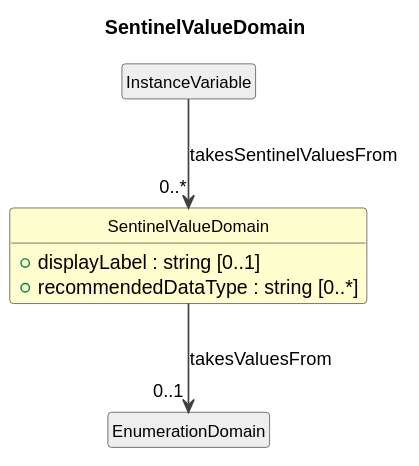
Cross-Domain-Interoperability-Framework/metadataBuildingBlocks keeps this PlantUML diagram as cdif-uml-model/CDIFDataDescription/Classes/SentinelValueDomain.svg. Above is the earlier version.
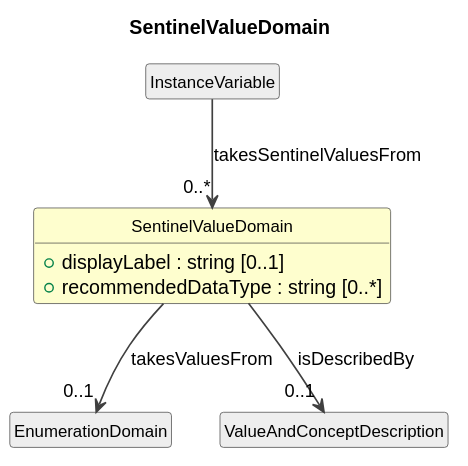
After the change.

What changed in the source:
```diff
@@ -18,4 +18,6 @@
 InstanceVariable --> "0..*" SentinelValueDomain : takesSentinelValuesFrom
 class "EnumerationDomain" as EnumerationDomain #EEEEEE
 SentinelValueDomain --> "0..1" EnumerationDomain : takesValuesFrom
+class "ValueAndConceptDescription" as ValueAndConceptDescription #EEEEEE
+SentinelValueDomain --> "0..1" ValueAndConceptDescription : isDescribedBy
 @enduml
```
